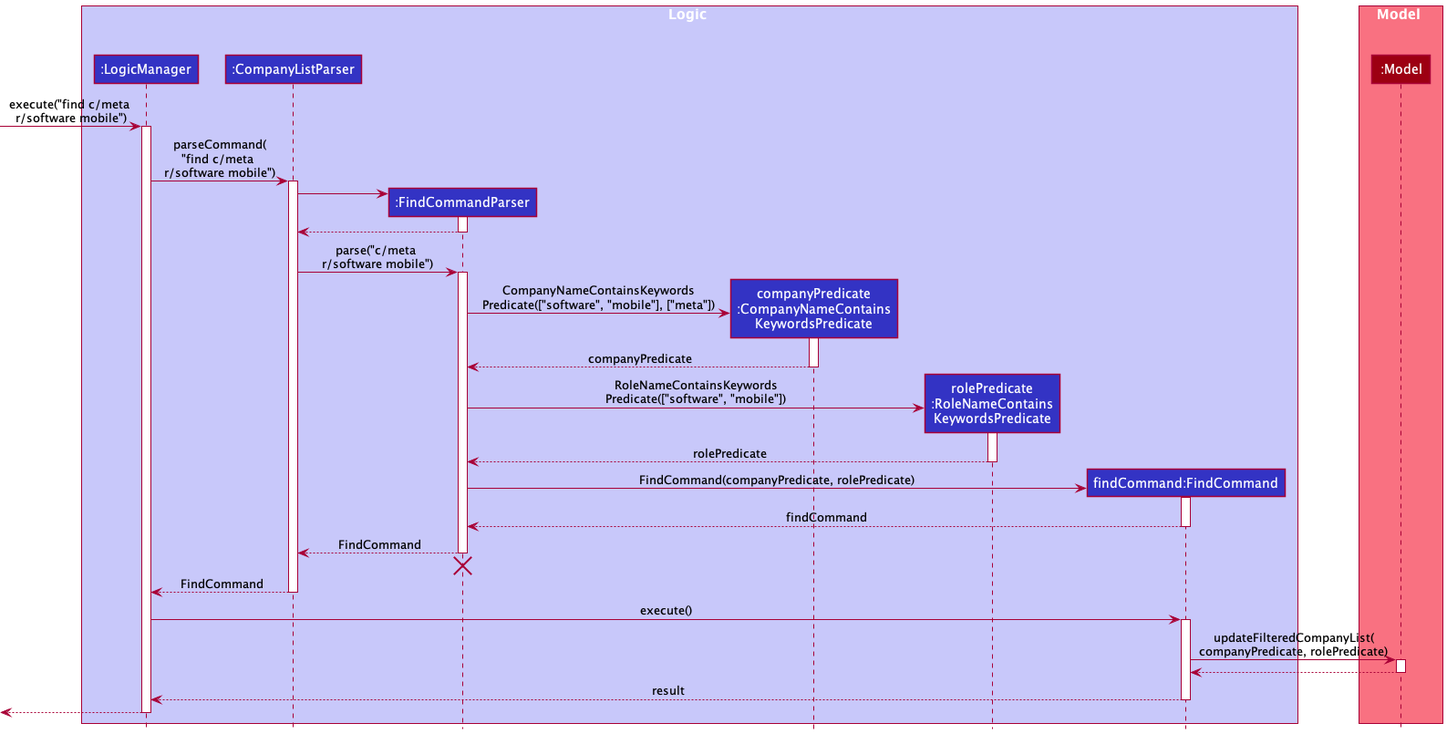
The PlantUML diagram docs/images/FindSequenceDiagram.png in nus-cs2103-AY2122S2/tp, before a commit.
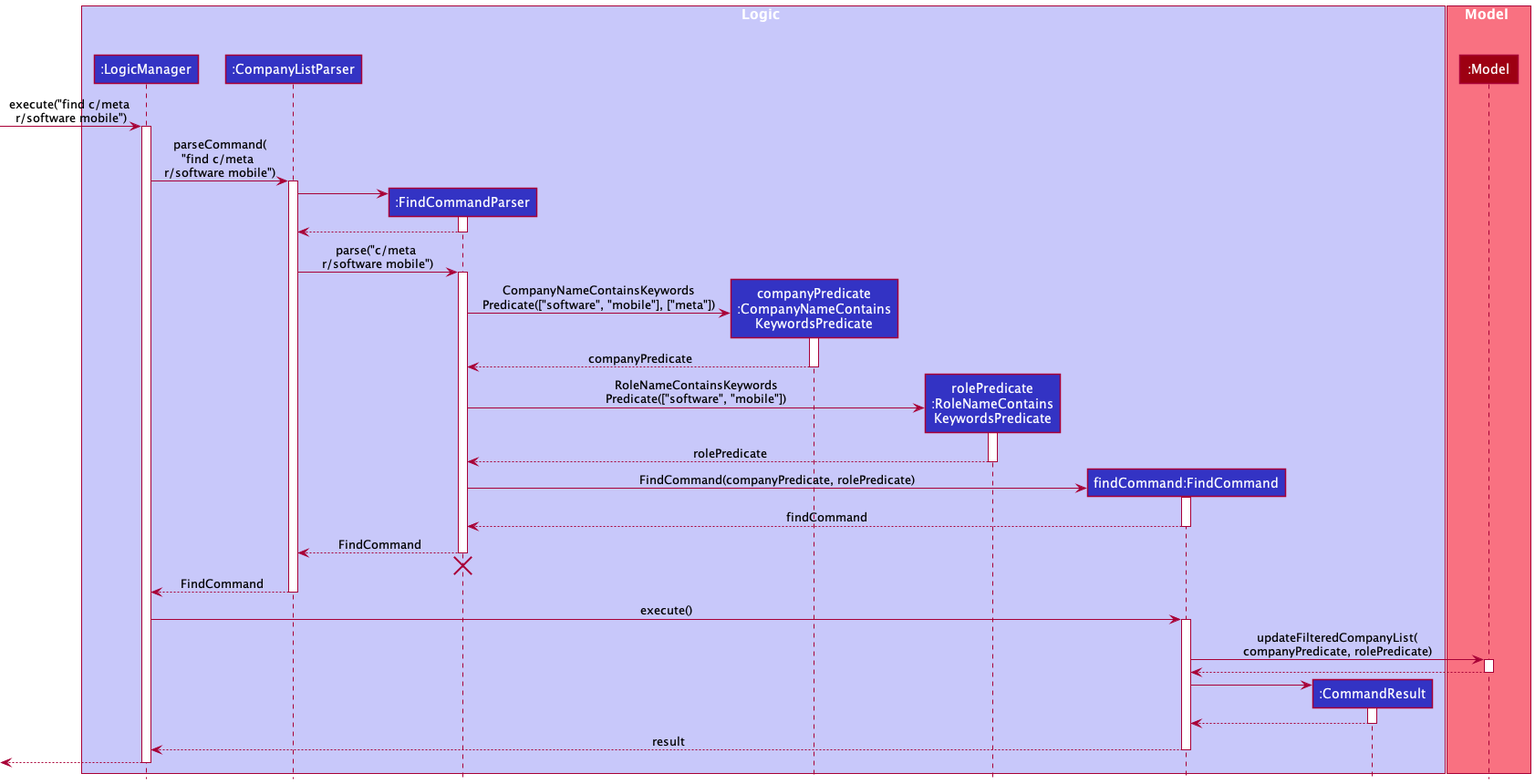
After the change.

Commit message:
Fix errors in Find Sequence Diagram

What changed in the source:
```diff
@@ -8,6 +8,7 @@
 participant "companyPredicate\n:CompanyNameContains\nKeywordsPredicate" as CompanyNameContainsKeywordsPredicate LOGIC_COLOR
 participant "rolePredicate\n:RoleNameContains\nKeywordsPredicate" as RoleNameContainsKeywordsPredicate LOGIC_COLOR
 participant "findCommand:FindCommand" as FindCommand LOGIC_COLOR
+participant ":CommandResult" as CommandResult LOGIC_COLOR
 end box
 
 box Model MODEL_COLOR_T1
@@ -68,6 +69,13 @@
 Model --> FindCommand
 deactivate Model
 
+create CommandResult
+FindCommand-> CommandResult
+activate CommandResult
+
+CommandResult --> FindCommand
+deactivate CommandResult
+
 FindCommand --> LogicManager : result
 deactivate FindCommand
 
```
